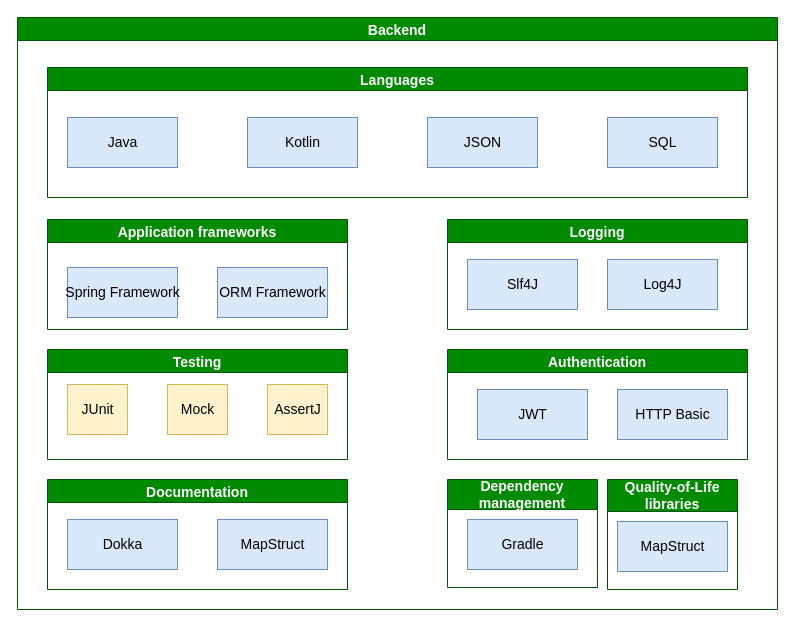
Above: models/technology/rawfiles/backend-techstack.drawio in opendatalabcz/Edigio (draw.io), before the change. Source tidied: cells renumbered, new cells numbered last; positions are measured from the earlier drawing's top-left corner, leaving out a move shared by most shapes. Both pictures are drawn from the tidied source at 100%, with x=0, y=0 at pixel (17, 17).
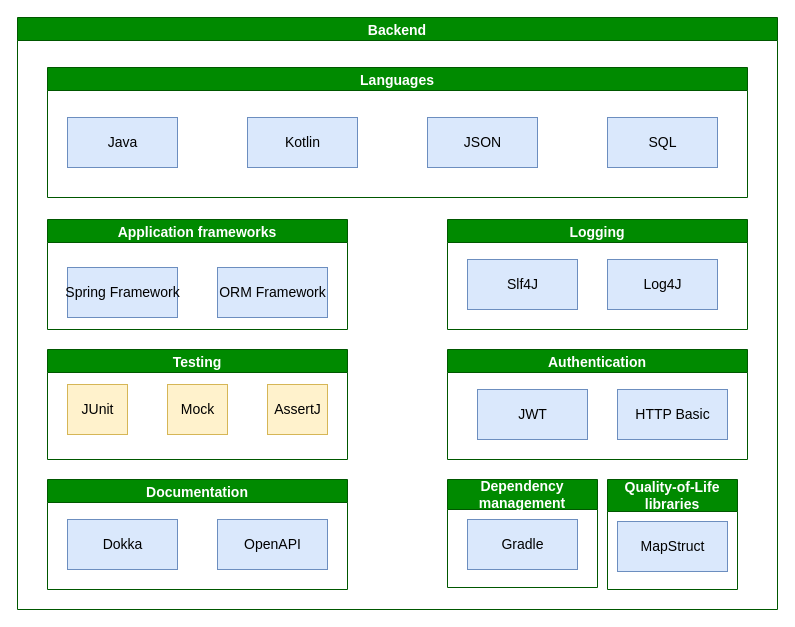
The same page after the edit.

Commit message (it also covers changes not shown here):
Added entities models and tweaked techstack models

Unchanged cells that the change refers to:
```xml
<mxCell id="23" value="Documentation" style="swimlane;shadow=0;sketch=0;startSize=23;fillColor=#008a00;fontColor=#ffffff;strokeColor=#005700;fontSize=14;" parent="2" vertex="1">
  <mxGeometry x="30" y="462" width="300" height="110" as="geometry" />
</mxCell>
```

Change to the diagram source:
```diff
@@
-    <mxCell id="25" value="MapStruct" style="html=1;shadow=0;sketch=0;strokeColor=#6c8ebf;fillColor=#dae8fc;fontSize=14;" parent="23" vertex="1">
+    <mxCell id="25" value="OpenAPI" style="html=1;shadow=0;sketch=0;strokeColor=#6c8ebf;fillColor=#dae8fc;fontSize=14;" parent="23" vertex="1">
       <mxGeometry x="170" y="40" width="110" height="50" as="geometry" />
     </mxCell>
```
